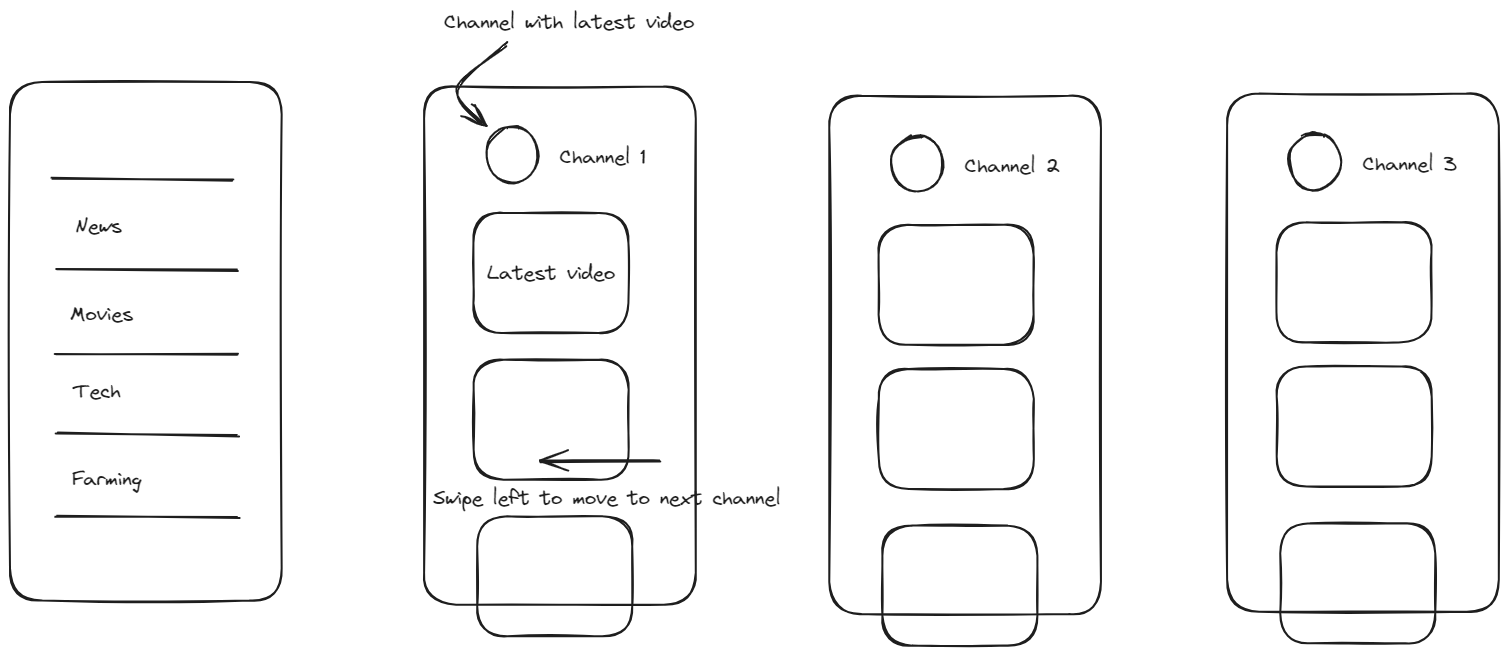
This is static/blog/keeping-up-with-youtube-channels/mobile.excalidraw.png from arunkd13/arunkd13.github.io, a Excalidraw export, as it was before one commit. Source tidied: one line per element, renumbered; positions are measured from the earlier drawing's top-left corner, leaving out a move shared by most shapes.
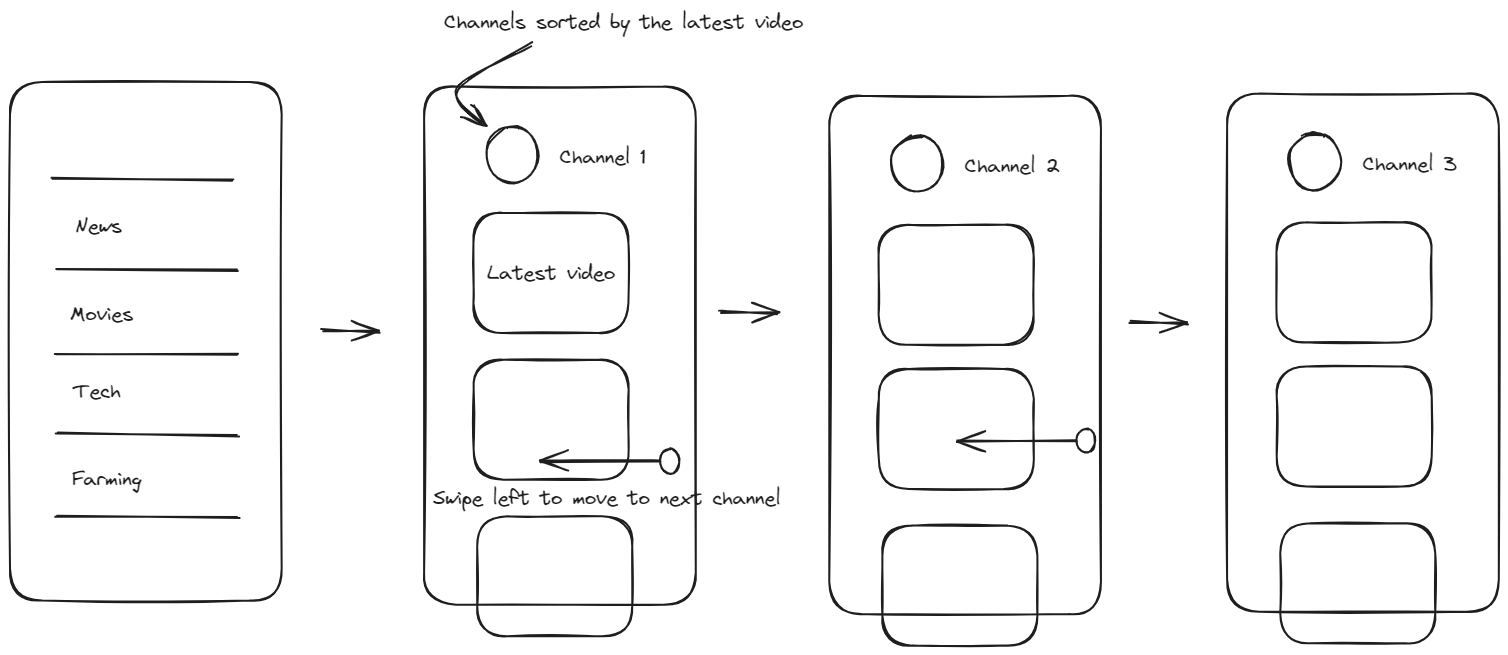
After the commit.

Change to the diagram source:
```diff
@@ -1,5 +1,5 @@
-{"id": 0, "type": "arrow", "strokeColor": "#1e1e1e", "angle": 2.26, "strokeWidth": 2, "roughness": 2, "endArrowhead": "arrow", "round": true, "from": 1, "to": 14, "x": 444, "y": 83, "width": 78, "height": 44, "points": [[0, 0], [64, 11], [78, -33]]}
+{"id": 0, "type": "arrow", "strokeColor": "#1e1e1e", "angle": 2.26, "strokeWidth": 2, "roughness": 2, "endArrowhead": "arrow", "round": true, "from": 1, "to": 14, "x": 442, "y": 59, "width": 94, "height": 44, "points": [[0, 0], [80, 30], [94, -14]]}
-{"id": 1, "type": "text", "text": "Channel with latest video", "strokeColor": "#1e1e1e", "strokeWidth": 2, "roughness": 2, "fontSize": 20, "fontFamily": 1, "x": 434, "y": 0, "width": 250, "height": 25}
+{"id": 1, "type": "text", "text": "Channels sorted by the latest video", "strokeColor": "#1e1e1e", "strokeWidth": 2, "roughness": 2, "fontSize": 20, "fontFamily": 1, "x": 434, "y": 0, "width": 359, "height": 25}
 {"id": 2, "type": "rectangle", "strokeColor": "#1e1e1e", "strokeWidth": 2, "roughness": 1, "round": true, "x": 0, "y": 72, "width": 272, "height": 518}
 {"id": 3, "type": "line", "strokeColor": "#1e1e1e", "strokeWidth": 2, "roughness": 1, "round": true, "x": 42, "y": 169, "width": 182, "height": 2, "points": [[0, 0], [182, 2]]}
 {"id": 4, "type": "line", "strokeColor": "#1e1e1e", "strokeWidth": 2, "roughness": 1, "round": true, "x": 46, "y": 258, "width": 182, "height": 2, "points": [[0, 0], [182, 2]]}
@@ -31,3 +31,9 @@
 {"id": 30, "type": "rectangle", "strokeColor": "#1e1e1e", "strokeWidth": 2, "roughness": 1, "round": true, "x": 1217, "y": 83, "width": 272, "height": 518}
 {"id": 31, "type": "arrow", "strokeColor": "#1e1e1e", "strokeWidth": 2, "roughness": 1, "endArrowhead": "arrow", "round": true, "x": 649, "y": 451, "width": 119, "height": 0, "points": [[0, 0], [-119, 0]]}
 {"id": 32, "type": "text", "text": "Swipe left to move to next channel", "strokeColor": "#1e1e1e", "strokeWidth": 2, "roughness": 1, "fontSize": 20, "fontFamily": 1, "x": 423, "y": 476, "width": 348, "height": 25}
+{"id": 33, "type": "arrow", "strokeColor": "#1e1e1e", "strokeWidth": 2, "roughness": 1, "endArrowhead": "arrow", "round": true, "x": 312, "y": 320, "width": 58, "height": 2, "points": [[0, 0], [58, 2]]}
+{"id": 34, "type": "arrow", "strokeColor": "#1e1e1e", "strokeWidth": 2, "roughness": 1, "endArrowhead": "arrow", "round": true, "x": 710, "y": 302, "width": 58, "height": 2, "points": [[0, 0], [58, 2]]}
+{"id": 35, "type": "arrow", "strokeColor": "#1e1e1e", "strokeWidth": 2, "roughness": 1, "endArrowhead": "arrow", "round": true, "x": 1120, "y": 312, "width": 58, "height": 2, "points": [[0, 0], [58, 2]]}
+{"id": 36, "type": "arrow", "strokeColor": "#1e1e1e", "strokeWidth": 2, "roughness": 1, "endArrowhead": "arrow", "round": true, "from": 38, "x": 1066, "y": 431, "width": 119, "height": 0, "points": [[0, 0], [-119, 0]]}
+{"id": 37, "type": "ellipse", "strokeColor": "#1e1e1e", "strokeWidth": 2, "roughness": 1, "round": true, "x": 650, "y": 439, "width": 19, "height": 25}
+{"id": 38, "type": "ellipse", "strokeColor": "#1e1e1e", "strokeWidth": 2, "roughness": 1, "round": true, "x": 1067, "y": 419, "width": 19, "height": 24}
```
